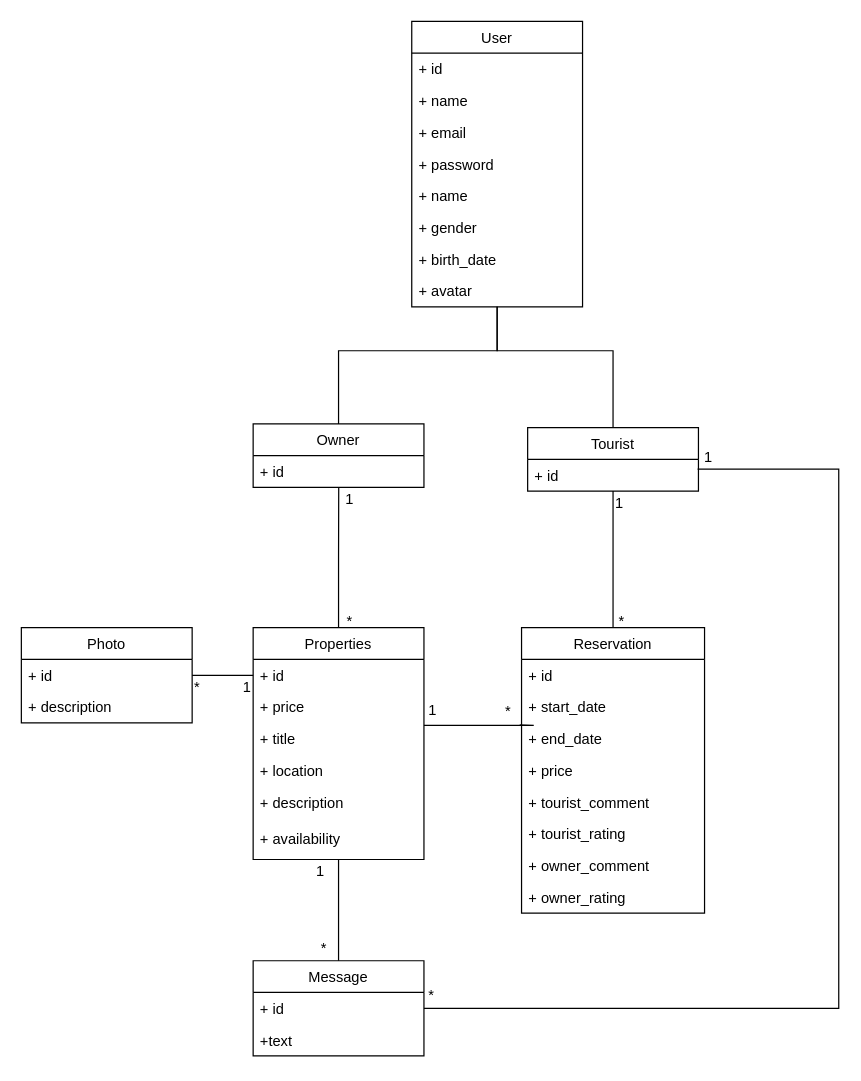
jbrandao99/LTW keeps this draw.io diagram as Projeto/UML/UML.drawio. Above is the earlier version. Source tidied: cells renumbered, new cells numbered last; positions are measured from the earlier drawing's top-left corner, leaving out a move shared by most shapes. Both pictures are drawn from the tidied source at 122%, with x=0, y=0 at pixel (21, 21).
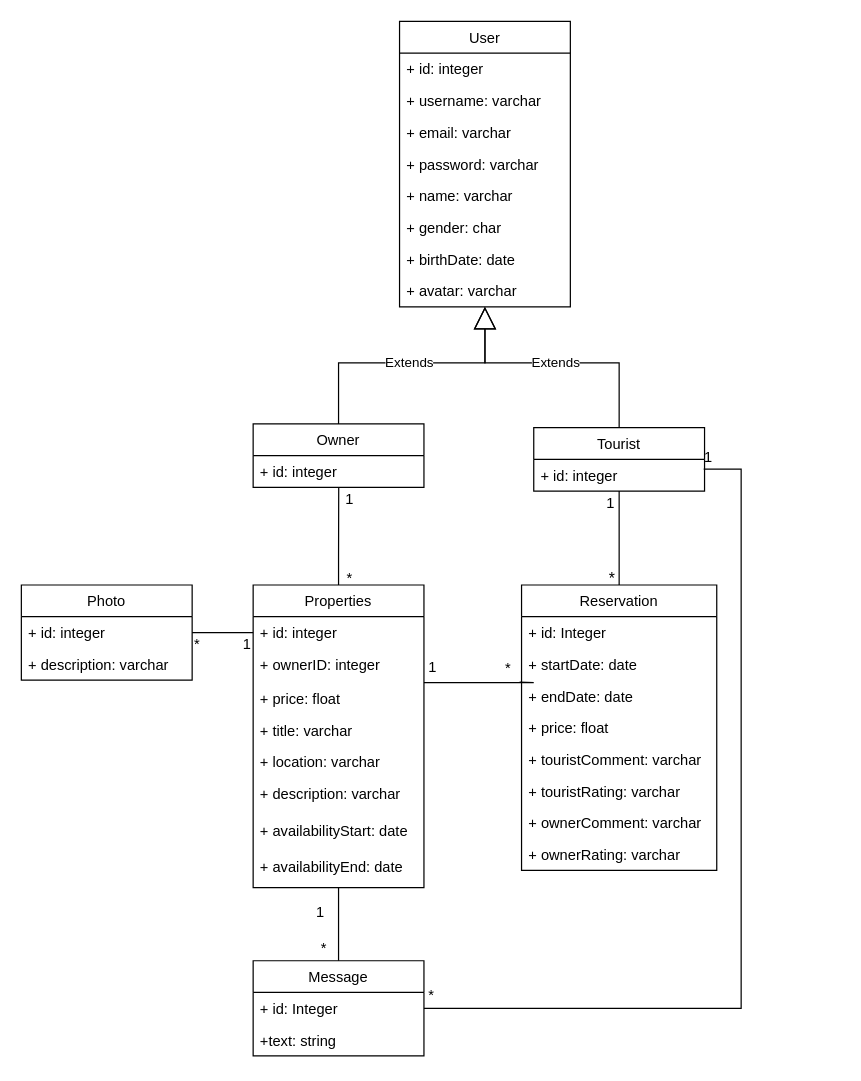
The same page after the edit.

The change refers to these unchanged cells:
```xml
<mxCell id="22" value="Owner" style="swimlane;fontStyle=0;horizontal=1;startSize=26;fillColor=none;" parent="1" vertex="1">
  <mxGeometry x="190" y="330" width="140" height="52" as="geometry" />
</mxCell>
<mxCell id="37" value="Message" style="swimlane;fontStyle=0;horizontal=1;startSize=26;fillColor=none;" parent="1" vertex="1">
  <mxGeometry x="190" y="770" width="140" height="78" as="geometry" />
</mxCell>
```

The edit, as a diff of the source:
```diff
@@
-    <mxCell id="2" style="edgeStyle=none;rounded=0;jettySize=auto;html=1;entryX=0.5;entryY=0;entryDx=0;entryDy=0;endArrow=none;endFill=0;exitX=0.5;exitY=1;exitDx=0;exitDy=0;" parent="1" edge="1" source="3" target="24">
-      <mxGeometry relative="1" as="geometry">
-        <Array as="points">
-          <mxPoint x="390" y="270" />
-          <mxPoint x="440" y="270" />
-          <mxPoint x="485" y="270" />
-        </Array>
-      </mxGeometry>
-    </mxCell>
     <mxCell id="3" value="User" style="swimlane;fontStyle=0;horizontal=1;startSize=26;fillColor=none;" parent="1" vertex="1">
-      <mxGeometry x="320" width="140" height="234" as="geometry" />
+      <mxGeometry x="310" width="140" height="234" as="geometry" />
     </mxCell>
-    <mxCell id="4" value="+ id" style="text;strokeColor=none;fillColor=none;align=left;verticalAlign=top;spacingLeft=4;spacingRight=4;overflow=hidden;" parent="3" vertex="1">
+    <mxCell id="4" value="+ id: integer" style="text;strokeColor=none;fillColor=none;align=left;verticalAlign=top;spacingLeft=4;spacingRight=4;overflow=hidden;" parent="3" vertex="1">
       <mxGeometry y="26" width="140" height="26" as="geometry" />
     </mxCell>
-    <mxCell id="5" value="+ name" style="text;strokeColor=none;fillColor=none;align=left;verticalAlign=top;spacingLeft=4;spacingRight=4;overflow=hidden;" parent="3" vertex="1">
+    <mxCell id="5" value="+ username: varchar" style="text;strokeColor=none;fillColor=none;align=left;verticalAlign=top;spacingLeft=4;spacingRight=4;overflow=hidden;" parent="3" vertex="1">
       <mxGeometry y="52" width="140" height="26" as="geometry" />
     </mxCell>
-    <mxCell id="6" value="+ email" style="text;strokeColor=none;fillColor=none;align=left;verticalAlign=top;spacingLeft=4;spacingRight=4;overflow=hidden;" parent="3" vertex="1">
+    <mxCell id="6" value="+ email: varchar" style="text;strokeColor=none;fillColor=none;align=left;verticalAlign=top;spacingLeft=4;spacingRight=4;overflow=hidden;" parent="3" vertex="1">
       <mxGeometry y="78" width="140" height="26" as="geometry" />
     </mxCell>
-    <mxCell id="7" value="+ password" style="text;strokeColor=none;fillColor=none;align=left;verticalAlign=top;spacingLeft=4;spacingRight=4;overflow=hidden;" parent="3" vertex="1">
+    <mxCell id="7" value="+ password: varchar" style="text;strokeColor=none;fillColor=none;align=left;verticalAlign=top;spacingLeft=4;spacingRight=4;overflow=hidden;" parent="3" vertex="1">
       <mxGeometry y="104" width="140" height="26" as="geometry" />
     </mxCell>
-    <mxCell id="8" value="+ name" style="text;strokeColor=none;fillColor=none;align=left;verticalAlign=top;spacingLeft=4;spacingRight=4;overflow=hidden;" parent="3" vertex="1">
+    <mxCell id="8" value="+ name: varchar" style="text;strokeColor=none;fillColor=none;align=left;verticalAlign=top;spacingLeft=4;spacingRight=4;overflow=hidden;" parent="3" vertex="1">
       <mxGeometry y="130" width="140" height="26" as="geometry" />
     </mxCell>
-    <mxCell id="9" value="+ gender" style="text;strokeColor=none;fillColor=none;align=left;verticalAlign=top;spacingLeft=4;spacingRight=4;overflow=hidden;" parent="3" vertex="1">
+    <mxCell id="9" value="+ gender: char" style="text;strokeColor=none;fillColor=none;align=left;verticalAlign=top;spacingLeft=4;spacingRight=4;overflow=hidden;" parent="3" vertex="1">
       <mxGeometry y="156" width="140" height="26" as="geometry" />
     </mxCell>
-    <mxCell id="10" value="+ birth_date" style="text;strokeColor=none;fillColor=none;align=left;verticalAlign=top;spacingLeft=4;spacingRight=4;overflow=hidden;" parent="3" vertex="1">
+    <mxCell id="10" value="+ birthDate: date" style="text;strokeColor=none;fillColor=none;align=left;verticalAlign=top;spacingLeft=4;spacingRight=4;overflow=hidden;" parent="3" vertex="1">
       <mxGeometry y="182" width="140" height="26" as="geometry" />
     </mxCell>
-    <mxCell id="11" value="+ avatar" style="text;strokeColor=none;fillColor=none;align=left;verticalAlign=top;spacingLeft=4;spacingRight=4;overflow=hidden;points=[[0,0.5],[1,0.5]];portConstraint=eastwest;" parent="3" vertex="1">
+    <mxCell id="11" value="+ avatar: varchar" style="text;strokeColor=none;fillColor=none;align=left;verticalAlign=top;spacingLeft=4;spacingRight=4;overflow=hidden;points=[[0,0.5],[1,0.5]];portConstraint=eastwest;" parent="3" vertex="1">
       <mxGeometry y="208" width="140" height="26" as="geometry" />
     </mxCell>
@@
     <mxCell id="13" value="Properties" style="swimlane;fontStyle=0;horizontal=1;startSize=26;fillColor=none;" parent="1" vertex="1">
-      <mxGeometry x="190" y="497" width="140" height="190" as="geometry" />
+      <mxGeometry x="190" y="462" width="140" height="248" as="geometry" />
     </mxCell>
-    <mxCell id="14" value="+ id" style="text;strokeColor=none;fillColor=none;align=left;verticalAlign=top;spacingLeft=4;spacingRight=4;overflow=hidden;points=[[0,0.5],[1,0.5]];portConstraint=eastwest;" parent="13" vertex="1">
+    <mxCell id="14" value="+ id: integer" style="text;strokeColor=none;fillColor=none;align=left;verticalAlign=top;spacingLeft=4;spacingRight=4;overflow=hidden;points=[[0,0.5],[1,0.5]];portConstraint=eastwest;" parent="13" vertex="1">
       <mxGeometry y="26" width="140" height="26" as="geometry" />
     </mxCell>
+    <mxCell id="58" value="+ ownerID: integer" style="text;strokeColor=none;fillColor=none;align=left;verticalAlign=top;spacingLeft=4;spacingRight=4;overflow=hidden;" parent="13" vertex="1">
+      <mxGeometry y="52" width="140" height="28" as="geometry" />
+    </mxCell>
-    <mxCell id="15" value="+ price" style="text;strokeColor=none;fillColor=none;align=left;verticalAlign=top;spacingLeft=4;spacingRight=4;overflow=hidden;" parent="13" vertex="1">
-      <mxGeometry y="52" width="140" height="26" as="geometry" />
+    <mxCell id="15" value="+ price: float" style="text;strokeColor=none;fillColor=none;align=left;verticalAlign=top;spacingLeft=4;spacingRight=4;overflow=hidden;" parent="13" vertex="1">
+      <mxGeometry y="80" width="140" height="26" as="geometry" />
     </mxCell>
-    <mxCell id="16" value="+ title" style="text;strokeColor=none;fillColor=none;align=left;verticalAlign=top;spacingLeft=4;spacingRight=4;overflow=hidden;" parent="13" vertex="1">
-      <mxGeometry y="78" width="140" height="26" as="geometry" />
+    <mxCell id="16" value="+ title: varchar" style="text;strokeColor=none;fillColor=none;align=left;verticalAlign=top;spacingLeft=4;spacingRight=4;overflow=hidden;" parent="13" vertex="1">
+      <mxGeometry y="106" width="140" height="26" as="geometry" />
     </mxCell>
-    <mxCell id="17" value="+ location" style="text;strokeColor=none;fillColor=none;align=left;verticalAlign=top;spacingLeft=4;spacingRight=4;overflow=hidden;" parent="13" vertex="1">
-      <mxGeometry y="104" width="140" height="26" as="geometry" />
+    <mxCell id="17" value="+ location: varchar" style="text;strokeColor=none;fillColor=none;align=left;verticalAlign=top;spacingLeft=4;spacingRight=4;overflow=hidden;" parent="13" vertex="1">
+      <mxGeometry y="132" width="140" height="26" as="geometry" />
     </mxCell>
+    <mxCell id="59" value="+ description: varchar" style="text;strokeColor=none;fillColor=none;align=left;verticalAlign=top;spacingLeft=4;spacingRight=4;overflow=hidden;" parent="13" vertex="1">
+      <mxGeometry y="158" width="140" height="30" as="geometry" />
+    </mxCell>
-    <mxCell id="18" value="+ description" style="text;strokeColor=none;fillColor=none;align=left;verticalAlign=top;spacingLeft=4;spacingRight=4;overflow=hidden;" parent="13" vertex="1">
-      <mxGeometry y="130" width="140" height="30" as="geometry" />
+    <mxCell id="18" value="+ availabilityStart: date" style="text;strokeColor=none;fillColor=none;align=left;verticalAlign=top;spacingLeft=4;spacingRight=4;overflow=hidden;" parent="13" vertex="1">
+      <mxGeometry y="188" width="140" height="30" as="geometry" />
     </mxCell>
-    <mxCell id="19" value="+ availability" style="text;strokeColor=none;fillColor=none;align=left;verticalAlign=top;spacingLeft=4;spacingRight=4;overflow=hidden;" parent="13" vertex="1">
-      <mxGeometry y="160" width="140" height="30" as="geometry" />
+    <mxCell id="19" value="+ availabilityEnd: date" style="text;strokeColor=none;fillColor=none;align=left;verticalAlign=top;spacingLeft=4;spacingRight=4;overflow=hidden;" parent="13" vertex="1">
+      <mxGeometry y="218" width="140" height="30" as="geometry" />
     </mxCell>
@@
-    <mxCell id="21" style="edgeStyle=none;rounded=0;jettySize=auto;html=1;exitX=0.5;exitY=0;exitDx=0;exitDy=0;endArrow=none;endFill=0;entryX=0.5;entryY=1;entryDx=0;entryDy=0;" parent="1" edge="1" source="22" target="3">
-      <mxGeometry relative="1" as="geometry">
-        <Array as="points">
-          <mxPoint x="260" y="270" />
-          <mxPoint x="390" y="270" />
-        </Array>
-      </mxGeometry>
-    </mxCell>
@@
-    <mxCell id="23" value="+ id" style="text;strokeColor=none;fillColor=none;align=left;verticalAlign=top;spacingLeft=4;spacingRight=4;overflow=hidden;points=[[0,0.5],[1,0.5]];portConstraint=eastwest;" parent="22" vertex="1">
+    <mxCell id="23" value="+ id: integer" style="text;strokeColor=none;fillColor=none;align=left;verticalAlign=top;spacingLeft=4;spacingRight=4;overflow=hidden;points=[[0,0.5],[1,0.5]];portConstraint=eastwest;" parent="22" vertex="1">
       <mxGeometry y="26" width="140" height="26" as="geometry" />
     </mxCell>
     <mxCell id="24" value="Tourist" style="swimlane;fontStyle=0;horizontal=1;startSize=26;fillColor=none;" parent="1" vertex="1">
-      <mxGeometry x="415" y="333" width="140" height="52" as="geometry" />
+      <mxGeometry x="420" y="333" width="140" height="52" as="geometry" />
     </mxCell>
-    <mxCell id="25" value="+ id" style="text;strokeColor=none;fillColor=none;align=left;verticalAlign=top;spacingLeft=4;spacingRight=4;overflow=hidden;points=[[0,0.5],[1,0.5]];portConstraint=eastwest;" parent="24" vertex="1">
+    <mxCell id="25" value="+ id: integer" style="text;strokeColor=none;fillColor=none;align=left;verticalAlign=top;spacingLeft=4;spacingRight=4;overflow=hidden;points=[[0,0.5],[1,0.5]];portConstraint=eastwest;" parent="24" vertex="1">
       <mxGeometry y="26" width="140" height="26" as="geometry" />
     </mxCell>
@@
     <mxCell id="27" value="Reservation" style="swimlane;fontStyle=0;horizontal=1;startSize=26;fillColor=none;" parent="1" vertex="1">
-      <mxGeometry x="410" y="497" width="150" height="234" as="geometry" />
+      <mxGeometry x="410" y="462" width="160" height="234" as="geometry" />
     </mxCell>
-    <mxCell id="28" value="+ id" style="text;strokeColor=none;fillColor=none;align=left;verticalAlign=top;spacingLeft=4;spacingRight=4;overflow=hidden;" parent="27" vertex="1">
-      <mxGeometry y="26" width="150" height="26" as="geometry" />
+    <mxCell id="28" value="+ id: Integer" style="text;strokeColor=none;fillColor=none;align=left;verticalAlign=top;spacingLeft=4;spacingRight=4;overflow=hidden;" parent="27" vertex="1">
+      <mxGeometry y="26" width="160" height="26" as="geometry" />
     </mxCell>
-    <mxCell id="29" value="+ start_date" style="text;strokeColor=none;fillColor=none;align=left;verticalAlign=top;spacingLeft=4;spacingRight=4;overflow=hidden;" parent="27" vertex="1">
-      <mxGeometry y="52" width="150" height="26" as="geometry" />
+    <mxCell id="29" value="+ startDate: date" style="text;strokeColor=none;fillColor=none;align=left;verticalAlign=top;spacingLeft=4;spacingRight=4;overflow=hidden;" parent="27" vertex="1">
+      <mxGeometry y="52" width="160" height="26" as="geometry" />
     </mxCell>
-    <mxCell id="30" value="+ end_date" style="text;strokeColor=none;fillColor=none;align=left;verticalAlign=top;spacingLeft=4;spacingRight=4;overflow=hidden;points=[[0,0.5],[1,0.5]];portConstraint=eastwest;" parent="27" vertex="1">
-      <mxGeometry y="78" width="150" height="26" as="geometry" />
+    <mxCell id="30" value="+ endDate: date" style="text;strokeColor=none;fillColor=none;align=left;verticalAlign=top;spacingLeft=4;spacingRight=4;overflow=hidden;points=[[0,0.5],[1,0.5]];portConstraint=eastwest;" parent="27" vertex="1">
+      <mxGeometry y="78" width="160" height="26" as="geometry" />
     </mxCell>
-    <mxCell id="31" value="+ price" style="text;strokeColor=none;fillColor=none;align=left;verticalAlign=top;spacingLeft=4;spacingRight=4;overflow=hidden;" parent="27" vertex="1">
-      <mxGeometry y="104" width="150" height="26" as="geometry" />
+    <mxCell id="31" value="+ price: float" style="text;strokeColor=none;fillColor=none;align=left;verticalAlign=top;spacingLeft=4;spacingRight=4;overflow=hidden;" parent="27" vertex="1">
+      <mxGeometry y="104" width="160" height="26" as="geometry" />
     </mxCell>
-    <mxCell id="32" value="+ tourist_comment&#10;" style="text;strokeColor=none;fillColor=none;align=left;verticalAlign=top;spacingLeft=4;spacingRight=4;overflow=hidden;" parent="27" vertex="1">
-      <mxGeometry y="130" width="150" height="26" as="geometry" />
+    <mxCell id="32" value="+ touristComment: varchar&#10;" style="text;strokeColor=none;fillColor=none;align=left;verticalAlign=top;spacingLeft=4;spacingRight=4;overflow=hidden;" parent="27" vertex="1">
+      <mxGeometry y="130" width="160" height="26" as="geometry" />
     </mxCell>
-    <mxCell id="33" value="+ tourist_rating" style="text;strokeColor=none;fillColor=none;align=left;verticalAlign=top;spacingLeft=4;spacingRight=4;overflow=hidden;" parent="27" vertex="1">
-      <mxGeometry y="156" width="150" height="26" as="geometry" />
+    <mxCell id="33" value="+ touristRating: varchar" style="text;strokeColor=none;fillColor=none;align=left;verticalAlign=top;spacingLeft=4;spacingRight=4;overflow=hidden;" parent="27" vertex="1">
+      <mxGeometry y="156" width="160" height="26" as="geometry" />
     </mxCell>
-    <mxCell id="34" value="+ owner_comment" style="text;strokeColor=none;fillColor=none;align=left;verticalAlign=top;spacingLeft=4;spacingRight=4;overflow=hidden;" parent="27" vertex="1">
-      <mxGeometry y="182" width="150" height="26" as="geometry" />
+    <mxCell id="34" value="+ ownerComment: varchar" style="text;strokeColor=none;fillColor=none;align=left;verticalAlign=top;spacingLeft=4;spacingRight=4;overflow=hidden;" parent="27" vertex="1">
+      <mxGeometry y="182" width="160" height="26" as="geometry" />
     </mxCell>
-    <mxCell id="35" value="+ owner_rating" style="text;strokeColor=none;fillColor=none;align=left;verticalAlign=top;spacingLeft=4;spacingRight=4;overflow=hidden;" parent="27" vertex="1">
-      <mxGeometry y="208" width="150" height="26" as="geometry" />
+    <mxCell id="35" value="+ ownerRating: varchar" style="text;strokeColor=none;fillColor=none;align=left;verticalAlign=top;spacingLeft=4;spacingRight=4;overflow=hidden;" parent="27" vertex="1">
+      <mxGeometry y="208" width="160" height="26" as="geometry" />
     </mxCell>
@@
-    <mxCell id="38" value="+ id" style="text;strokeColor=none;fillColor=none;align=left;verticalAlign=top;spacingLeft=4;spacingRight=4;overflow=hidden;points=[[0,0.5],[1,0.5]];portConstraint=eastwest;" parent="37" vertex="1">
+    <mxCell id="38" value="+ id: Integer" style="text;strokeColor=none;fillColor=none;align=left;verticalAlign=top;spacingLeft=4;spacingRight=4;overflow=hidden;points=[[0,0.5],[1,0.5]];portConstraint=eastwest;" parent="37" vertex="1">
       <mxGeometry y="26" width="140" height="26" as="geometry" />
     </mxCell>
-    <mxCell id="39" value="+text" style="text;strokeColor=none;fillColor=none;align=left;verticalAlign=top;spacingLeft=4;spacingRight=4;overflow=hidden;" parent="37" vertex="1">
+    <mxCell id="39" value="+text: string" style="text;strokeColor=none;fillColor=none;align=left;verticalAlign=top;spacingLeft=4;spacingRight=4;overflow=hidden;" parent="37" vertex="1">
       <mxGeometry y="52" width="140" height="26" as="geometry" />
     </mxCell>
     <mxCell id="40" value="Photo" style="swimlane;fontStyle=0;horizontal=1;startSize=26;fillColor=none;" parent="1" vertex="1">
-      <mxGeometry y="497" width="140" height="78" as="geometry" />
+      <mxGeometry y="462" width="140" height="78" as="geometry" />
     </mxCell>
-    <mxCell id="41" value="+ id" style="text;strokeColor=none;fillColor=none;align=left;verticalAlign=top;spacingLeft=4;spacingRight=4;overflow=hidden;points=[[0,0.5],[1,0.5]];portConstraint=eastwest;" parent="40" vertex="1">
+    <mxCell id="41" value="+ id: integer" style="text;strokeColor=none;fillColor=none;align=left;verticalAlign=top;spacingLeft=4;spacingRight=4;overflow=hidden;points=[[0,0.5],[1,0.5]];portConstraint=eastwest;" parent="40" vertex="1">
       <mxGeometry y="26" width="140" height="26" as="geometry" />
     </mxCell>
-    <mxCell id="42" value="+ description" style="text;strokeColor=none;fillColor=none;align=left;verticalAlign=top;spacingLeft=4;spacingRight=4;overflow=hidden;" parent="40" vertex="1">
+    <mxCell id="42" value="+ description: varchar" style="text;strokeColor=none;fillColor=none;align=left;verticalAlign=top;spacingLeft=4;spacingRight=4;overflow=hidden;" parent="40" vertex="1">
       <mxGeometry y="52" width="140" height="26" as="geometry" />
     </mxCell>
     <mxCell id="43" style="edgeStyle=orthogonalEdgeStyle;rounded=0;jettySize=auto;html=1;endArrow=none;endFill=0;entryX=-0.01;entryY=0.06;entryDx=0;entryDy=0;entryPerimeter=0;" parent="1" edge="1" target="30">
       <mxGeometry relative="1" as="geometry">
-        <mxPoint x="330" y="577" as="sourcePoint" />
+        <mxPoint x="330" y="542" as="sourcePoint" />
         <Array as="points">
-          <mxPoint x="420" y="577" />
-          <mxPoint x="420" y="577" />
+          <mxPoint x="420" y="542" />
+          <mxPoint x="420" y="542" />
         </Array>
       </mxGeometry>
     </mxCell>
@@
     <mxCell id="45" value="*" style="text;html=1;align=left;verticalAlign=top;spacingTop=-4;" parent="1" vertex="1">
-      <mxGeometry x="264.5" y="482" width="20" height="20" as="geometry" />
+      <mxGeometry x="264.5" y="447" width="20" height="20" as="geometry" />
     </mxCell>
     <mxCell id="46" value="1" style="text;html=1;align=left;verticalAlign=top;spacingTop=-4;" parent="1" vertex="1">
-      <mxGeometry x="332" y="555" width="20" height="20" as="geometry" />
+      <mxGeometry x="332" y="520" width="20" height="20" as="geometry" />
     </mxCell>
     <mxCell id="47" value="*" style="text;html=1;align=left;verticalAlign=top;spacingTop=-4;" parent="1" vertex="1">
-      <mxGeometry x="140" y="536" width="20" height="20" as="geometry" />
+      <mxGeometry x="140" y="501" width="20" height="20" as="geometry" />
     </mxCell>
     <mxCell id="48" value="1" style="text;html=1;align=left;verticalAlign=top;spacingTop=-4;" parent="1" vertex="1">
-      <mxGeometry x="180" y="536" width="20" height="20" as="geometry" />
+      <mxGeometry x="180" y="501" width="20" height="20" as="geometry" />
     </mxCell>
     <mxCell id="49" style="edgeStyle=none;rounded=0;jettySize=auto;html=1;exitX=1;exitY=0.5;exitDx=0;exitDy=0;entryX=0.995;entryY=0.308;entryDx=0;entryDy=0;endArrow=none;endFill=0;entryPerimeter=0;" parent="1" edge="1" source="38" target="25">
       <mxGeometry relative="1" as="geometry">
         <Array as="points">
-          <mxPoint x="670" y="809" />
-          <mxPoint x="670" y="759" />
-          <mxPoint x="670" y="367" />
+          <mxPoint x="590" y="809" />
+          <mxPoint x="590" y="367" />
         </Array>
       </mxGeometry>
     </mxCell>
@@
     <mxCell id="51" value="1" style="text;html=1;align=left;verticalAlign=top;spacingTop=-4;" parent="1" vertex="1">
-      <mxGeometry x="484.5" y="385" width="20" height="20" as="geometry" />
+      <mxGeometry x="477.5" y="385" width="20" height="20" as="geometry" />
     </mxCell>
-    <mxCell id="52" value="*" style="text;html=1;align=left;verticalAlign=top;spacingTop=-4;" parent="1" vertex="1">
-      <mxGeometry x="487.5" y="482" width="20" height="20" as="geometry" />
+    <mxCell id="52" value="*" style="text;html=1;align=left;verticalAlign=top;spacingTop=-4;fontSize=13;" parent="1" vertex="1">
+      <mxGeometry x="479.5" y="447" width="20" height="20" as="geometry" />
     </mxCell>
@@
     <mxCell id="55" value="*" style="text;html=1;align=left;verticalAlign=top;spacingTop=-4;" parent="1" vertex="1">
-      <mxGeometry x="395" y="556" width="20" height="20" as="geometry" />
+      <mxGeometry x="395" y="521" width="20" height="20" as="geometry" />
     </mxCell>
@@
     <mxCell id="57" value="1" style="text;html=1;align=left;verticalAlign=top;spacingTop=-4;" parent="1" vertex="1">
-      <mxGeometry x="240" y="687" width="20" height="20" as="geometry" />
+      <mxGeometry x="240" y="721" width="20" height="20" as="geometry" />
     </mxCell>
+    <mxCell id="60" value="Extends" style="endArrow=block;endSize=16;endFill=0;html=1;rounded=0;exitX=0.5;exitY=0;exitDx=0;exitDy=0;" parent="1" edge="1" source="22" target="11">
+      <mxGeometry relative="1" as="geometry">
+        <Array as="points">
+          <mxPoint x="260" y="280" />
+          <mxPoint x="380" y="280" />
+        </Array>
+      </mxGeometry>
+    </mxCell>
+    <mxCell id="61" value="Extends" style="endArrow=block;endSize=16;endFill=0;html=1;rounded=0;exitX=0.5;exitY=0;exitDx=0;exitDy=0;" parent="1" edge="1" source="24" target="11">
+      <mxGeometry relative="1" as="geometry">
+        <Array as="points">
+          <mxPoint x="490" y="280" />
+          <mxPoint x="380" y="280" />
+        </Array>
+      </mxGeometry>
+    </mxCell>
```
